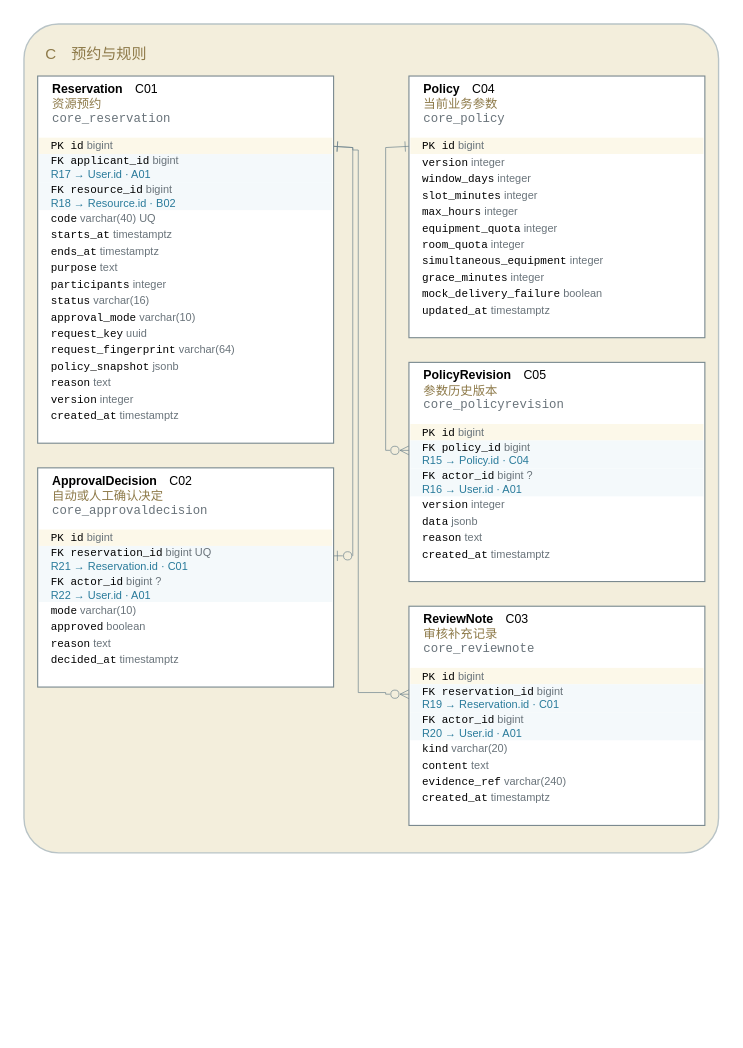
yvming67-gif/campus-lab-equipment-manager keeps this draw.io diagram as models/图形源文件/图D-4-预约与规则ERD.drawio. Above is the earlier version. Source tidied: cells renumbered, new cells numbered last; positions are measured from the earlier drawing's top-left corner, leaving out a move shared by most shapes. Both pictures are drawn from the tidied source at 137%, with x=0, y=0 at pixel (23, 23).
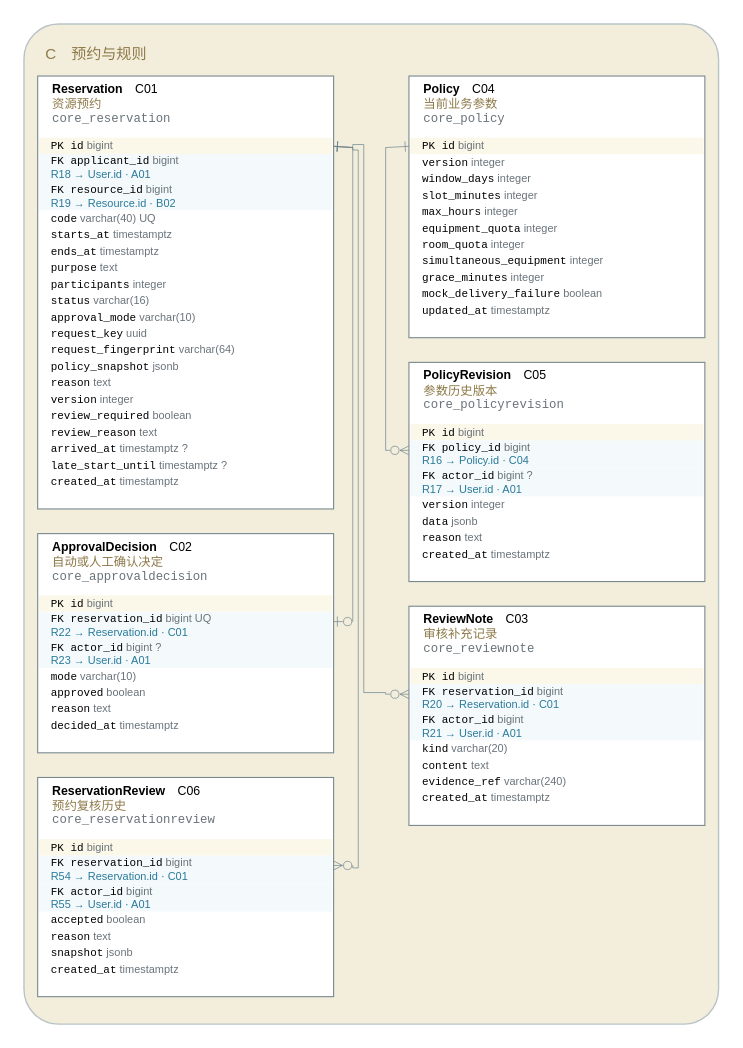
Above is the later version.

The change refers to these unchanged cells:
```xml
<mxCell id="8" value="&lt;font face='Consolas'&gt;PK id&lt;/font&gt; &lt;font color='#69737a'&gt;bigint&lt;/font&gt;" style="text;html=1;whiteSpace=wrap;fillColor=#fcf8e9;strokeColor=none;align=left;verticalAlign=middle;spacingLeft=7;fontSize=8;fontFamily=Microsoft YaHei;" parent="6" vertex="1">
  <mxGeometry x="1" y="45" width="214" height="12" as="geometry" />
</mxCell>
<mxCell id="46" style="rounded=0;fillColor=#ffffff;strokeColor=#78888e;strokeWidth=0.8;" parent="3" vertex="1">
  <mxGeometry x="281" y="247" width="216" height="160" as="geometry" />
</mxCell>
<mxCell id="55" style="rounded=0;fillColor=#ffffff;strokeColor=#78888e;strokeWidth=0.8;" parent="3" vertex="1">
  <mxGeometry x="281" y="425" width="216" height="160" as="geometry" />
</mxCell>
```

Change to the diagram source:
```diff
@@
     <mxCell id="5" value="C　预约与规则" style="rounded=1;arcSize=5;whiteSpace=wrap;html=1;fillColor=#f3eedc;strokeColor=#b8c3c6;align=left;verticalAlign=top;spacingTop=9;spacingLeft=14;fontFamily=Microsoft YaHei;fontSize=11;fontColor=#8d7948;dashed=0;" parent="1" vertex="1">
-      <mxGeometry width="507" height="605" as="geometry" />
+      <mxGeometry width="507" height="730" as="geometry" />
     </mxCell>
     <mxCell id="6" style="rounded=0;fillColor=#ffffff;strokeColor=#78888e;strokeWidth=0.8;" parent="3" vertex="1">
-      <mxGeometry x="10" y="38" width="216" height="268" as="geometry" />
+      <mxGeometry x="10" y="38" width="216" height="316" as="geometry" />
     </mxCell>
@@
-    <mxCell id="9" value="&lt;font face='Consolas'&gt;FK applicant_id&lt;/font&gt; &lt;font color='#69737a'&gt;bigint&lt;/font&gt;&lt;br/&gt;&lt;font color='#287a9a'&gt;R17 → User.id · A01&lt;/font&gt;" style="text;html=1;whiteSpace=wrap;fillColor=#f4f9fb;strokeColor=none;align=left;verticalAlign=middle;spacingLeft=7;fontSize=8;fontFamily=Microsoft YaHei;" parent="6" vertex="1">
+    <mxCell id="9" value="&lt;font face='Consolas'&gt;FK applicant_id&lt;/font&gt; &lt;font color='#69737a'&gt;bigint&lt;/font&gt;&lt;br/&gt;&lt;font color='#287a9a'&gt;R18 → User.id · A01&lt;/font&gt;" style="text;html=1;whiteSpace=wrap;fillColor=#f4f9fb;strokeColor=none;align=left;verticalAlign=middle;spacingLeft=7;fontSize=8;fontFamily=Microsoft YaHei;" parent="6" vertex="1">
       <mxGeometry x="1" y="57" width="214" height="20.5" as="geometry" />
     </mxCell>
-    <mxCell id="10" value="&lt;font face='Consolas'&gt;FK resource_id&lt;/font&gt; &lt;font color='#69737a'&gt;bigint&lt;/font&gt;&lt;br/&gt;&lt;font color='#287a9a'&gt;R18 → Resource.id · B02&lt;/font&gt;" style="text;html=1;whiteSpace=wrap;fillColor=#f4f9fb;strokeColor=none;align=left;verticalAlign=middle;spacingLeft=7;fontSize=8;fontFamily=Microsoft YaHei;" parent="6" vertex="1">
+    <mxCell id="10" value="&lt;font face='Consolas'&gt;FK resource_id&lt;/font&gt; &lt;font color='#69737a'&gt;bigint&lt;/font&gt;&lt;br/&gt;&lt;font color='#287a9a'&gt;R19 → Resource.id · B02&lt;/font&gt;" style="text;html=1;whiteSpace=wrap;fillColor=#f4f9fb;strokeColor=none;align=left;verticalAlign=middle;spacingLeft=7;fontSize=8;fontFamily=Microsoft YaHei;" parent="6" vertex="1">
       <mxGeometry x="1" y="77.5" width="214" height="20.5" as="geometry" />
     </mxCell>
@@
+    <mxCell id="67" value="&lt;font face='Consolas'&gt;review_required&lt;/font&gt; &lt;font color='#69737a'&gt;boolean&lt;/font&gt;" style="text;html=1;whiteSpace=wrap;fillColor=#ffffff;strokeColor=none;align=left;verticalAlign=middle;spacingLeft=7;fontSize=8;fontFamily=Microsoft YaHei;" parent="6" vertex="1">
+      <mxGeometry x="1" y="242" width="214" height="12" as="geometry" />
+    </mxCell>
+    <mxCell id="68" value="&lt;font face='Consolas'&gt;review_reason&lt;/font&gt; &lt;font color='#69737a'&gt;text&lt;/font&gt;" style="text;html=1;whiteSpace=wrap;fillColor=#ffffff;strokeColor=none;align=left;verticalAlign=middle;spacingLeft=7;fontSize=8;fontFamily=Microsoft YaHei;" parent="6" vertex="1">
+      <mxGeometry x="1" y="254" width="214" height="12" as="geometry" />
+    </mxCell>
+    <mxCell id="69" value="&lt;font face='Consolas'&gt;arrived_at&lt;/font&gt; &lt;font color='#69737a'&gt;timestamptz ?&lt;/font&gt;" style="text;html=1;whiteSpace=wrap;fillColor=#ffffff;strokeColor=none;align=left;verticalAlign=middle;spacingLeft=7;fontSize=8;fontFamily=Microsoft YaHei;" parent="6" vertex="1">
+      <mxGeometry x="1" y="266" width="214" height="12" as="geometry" />
+    </mxCell>
+    <mxCell id="70" value="&lt;font face='Consolas'&gt;late_start_until&lt;/font&gt; &lt;font color='#69737a'&gt;timestamptz ?&lt;/font&gt;" style="text;html=1;whiteSpace=wrap;fillColor=#ffffff;strokeColor=none;align=left;verticalAlign=middle;spacingLeft=7;fontSize=8;fontFamily=Microsoft YaHei;" parent="6" vertex="1">
+      <mxGeometry x="1" y="278" width="214" height="12" as="geometry" />
+    </mxCell>
     <mxCell id="23" value="&lt;font face='Consolas'&gt;created_at&lt;/font&gt; &lt;font color='#69737a'&gt;timestamptz&lt;/font&gt;" style="text;html=1;whiteSpace=wrap;fillColor=#ffffff;strokeColor=none;align=left;verticalAlign=middle;spacingLeft=7;fontSize=8;fontFamily=Microsoft YaHei;" parent="6" vertex="1">
-      <mxGeometry x="1" y="242" width="214" height="12" as="geometry" />
+      <mxGeometry x="1" y="290" width="214" height="12" as="geometry" />
     </mxCell>
     <mxCell id="24" style="rounded=0;fillColor=#ffffff;strokeColor=#78888e;strokeWidth=0.8;" parent="3" vertex="1">
-      <mxGeometry x="10" y="324" width="216" height="160" as="geometry" />
+      <mxGeometry x="10" y="372" width="216" height="160" as="geometry" />
     </mxCell>
@@
-    <mxCell id="27" value="&lt;font face='Consolas'&gt;FK reservation_id&lt;/font&gt; &lt;font color='#69737a'&gt;bigint UQ&lt;/font&gt;&lt;br/&gt;&lt;font color='#287a9a'&gt;R21 → Reservation.id · C01&lt;/font&gt;" style="text;html=1;whiteSpace=wrap;fillColor=#f4f9fb;strokeColor=none;align=left;verticalAlign=middle;spacingLeft=7;fontSize=8;fontFamily=Microsoft YaHei;" parent="24" vertex="1">
+    <mxCell id="27" value="&lt;font face='Consolas'&gt;FK reservation_id&lt;/font&gt; &lt;font color='#69737a'&gt;bigint UQ&lt;/font&gt;&lt;br/&gt;&lt;font color='#287a9a'&gt;R22 → Reservation.id · C01&lt;/font&gt;" style="text;html=1;whiteSpace=wrap;fillColor=#f4f9fb;strokeColor=none;align=left;verticalAlign=middle;spacingLeft=7;fontSize=8;fontFamily=Microsoft YaHei;" parent="24" vertex="1">
       <mxGeometry x="1" y="57" width="214" height="20.5" as="geometry" />
     </mxCell>
-    <mxCell id="28" value="&lt;font face='Consolas'&gt;FK actor_id&lt;/font&gt; &lt;font color='#69737a'&gt;bigint ?&lt;/font&gt;&lt;br/&gt;&lt;font color='#287a9a'&gt;R22 → User.id · A01&lt;/font&gt;" style="text;html=1;whiteSpace=wrap;fillColor=#f4f9fb;strokeColor=none;align=left;verticalAlign=middle;spacingLeft=7;fontSize=8;fontFamily=Microsoft YaHei;" parent="24" vertex="1">
+    <mxCell id="28" value="&lt;font face='Consolas'&gt;FK actor_id&lt;/font&gt; &lt;font color='#69737a'&gt;bigint ?&lt;/font&gt;&lt;br/&gt;&lt;font color='#287a9a'&gt;R23 → User.id · A01&lt;/font&gt;" style="text;html=1;whiteSpace=wrap;fillColor=#f4f9fb;strokeColor=none;align=left;verticalAlign=middle;spacingLeft=7;fontSize=8;fontFamily=Microsoft YaHei;" parent="24" vertex="1">
       <mxGeometry x="1" y="77.5" width="214" height="20.5" as="geometry" />
     </mxCell>
@@
+    <mxCell id="71" style="rounded=0;fillColor=#ffffff;strokeColor=#78888e;strokeWidth=0.8;" parent="3" vertex="1">
+      <mxGeometry x="10" y="550" width="216" height="160" as="geometry" />
+    </mxCell>
+    <mxCell id="72" value="&lt;b&gt;ReservationReview&lt;/b&gt;　C06&lt;br/&gt;&lt;font color='#8d7948'&gt;预约复核历史&lt;/font&gt;&lt;br/&gt;&lt;font color='#69737a' face='Consolas'&gt;core_reservationreview&lt;/font&gt;" style="text;html=1;whiteSpace=wrap;fillColor=none;strokeColor=none;align=left;verticalAlign=middle;spacingLeft=9;fontSize=9;fontFamily=Microsoft YaHei;" parent="71" vertex="1">
+      <mxGeometry width="216" height="41" as="geometry" />
+    </mxCell>
+    <mxCell id="73" value="&lt;font face='Consolas'&gt;PK id&lt;/font&gt; &lt;font color='#69737a'&gt;bigint&lt;/font&gt;" style="text;html=1;whiteSpace=wrap;fillColor=#fcf8e9;strokeColor=none;align=left;verticalAlign=middle;spacingLeft=7;fontSize=8;fontFamily=Microsoft YaHei;" parent="71" vertex="1">
+      <mxGeometry x="1" y="45" width="214" height="12" as="geometry" />
+    </mxCell>
+    <mxCell id="74" value="&lt;font face='Consolas'&gt;FK reservation_id&lt;/font&gt; &lt;font color='#69737a'&gt;bigint&lt;/font&gt;&lt;br/&gt;&lt;font color='#287a9a'&gt;R54 → Reservation.id · C01&lt;/font&gt;" style="text;html=1;whiteSpace=wrap;fillColor=#f4f9fb;strokeColor=none;align=left;verticalAlign=middle;spacingLeft=7;fontSize=8;fontFamily=Microsoft YaHei;" parent="71" vertex="1">
+      <mxGeometry x="1" y="57" width="214" height="20.5" as="geometry" />
+    </mxCell>
+    <mxCell id="75" value="&lt;font face='Consolas'&gt;FK actor_id&lt;/font&gt; &lt;font color='#69737a'&gt;bigint&lt;/font&gt;&lt;br/&gt;&lt;font color='#287a9a'&gt;R55 → User.id · A01&lt;/font&gt;" style="text;html=1;whiteSpace=wrap;fillColor=#f4f9fb;strokeColor=none;align=left;verticalAlign=middle;spacingLeft=7;fontSize=8;fontFamily=Microsoft YaHei;" parent="71" vertex="1">
+      <mxGeometry x="1" y="77.5" width="214" height="20.5" as="geometry" />
+    </mxCell>
+    <mxCell id="76" value="&lt;font face='Consolas'&gt;accepted&lt;/font&gt; &lt;font color='#69737a'&gt;boolean&lt;/font&gt;" style="text;html=1;whiteSpace=wrap;fillColor=#ffffff;strokeColor=none;align=left;verticalAlign=middle;spacingLeft=7;fontSize=8;fontFamily=Microsoft YaHei;" parent="71" vertex="1">
+      <mxGeometry x="1" y="98" width="214" height="12" as="geometry" />
+    </mxCell>
+    <mxCell id="77" value="&lt;font face='Consolas'&gt;reason&lt;/font&gt; &lt;font color='#69737a'&gt;text&lt;/font&gt;" style="text;html=1;whiteSpace=wrap;fillColor=#ffffff;strokeColor=none;align=left;verticalAlign=middle;spacingLeft=7;fontSize=8;fontFamily=Microsoft YaHei;" parent="71" vertex="1">
+      <mxGeometry x="1" y="110" width="214" height="12" as="geometry" />
+    </mxCell>
+    <mxCell id="78" value="&lt;font face='Consolas'&gt;snapshot&lt;/font&gt; &lt;font color='#69737a'&gt;jsonb&lt;/font&gt;" style="text;html=1;whiteSpace=wrap;fillColor=#ffffff;strokeColor=none;align=left;verticalAlign=middle;spacingLeft=7;fontSize=8;fontFamily=Microsoft YaHei;" parent="71" vertex="1">
+      <mxGeometry x="1" y="122" width="214" height="12" as="geometry" />
+    </mxCell>
+    <mxCell id="79" value="&lt;font face='Consolas'&gt;created_at&lt;/font&gt; &lt;font color='#69737a'&gt;timestamptz&lt;/font&gt;" style="text;html=1;whiteSpace=wrap;fillColor=#ffffff;strokeColor=none;align=left;verticalAlign=middle;spacingLeft=7;fontSize=8;fontFamily=Microsoft YaHei;" parent="71" vertex="1">
+      <mxGeometry x="1" y="134" width="214" height="12" as="geometry" />
+    </mxCell>
@@
-    <mxCell id="49" value="&lt;font face='Consolas'&gt;FK policy_id&lt;/font&gt; &lt;font color='#69737a'&gt;bigint&lt;/font&gt;&lt;br/&gt;&lt;font color='#287a9a'&gt;R15 → Policy.id · C04&lt;/font&gt;" style="text;html=1;whiteSpace=wrap;fillColor=#f4f9fb;strokeColor=none;align=left;verticalAlign=middle;spacingLeft=7;fontSize=8;fontFamily=Microsoft YaHei;" parent="46" vertex="1">
+    <mxCell id="49" value="&lt;font face='Consolas'&gt;FK policy_id&lt;/font&gt; &lt;font color='#69737a'&gt;bigint&lt;/font&gt;&lt;br/&gt;&lt;font color='#287a9a'&gt;R16 → Policy.id · C04&lt;/font&gt;" style="text;html=1;whiteSpace=wrap;fillColor=#f4f9fb;strokeColor=none;align=left;verticalAlign=middle;spacingLeft=7;fontSize=8;fontFamily=Microsoft YaHei;" parent="46" vertex="1">
       <mxGeometry x="1" y="57" width="214" height="20.5" as="geometry" />
     </mxCell>
-    <mxCell id="50" value="&lt;font face='Consolas'&gt;FK actor_id&lt;/font&gt; &lt;font color='#69737a'&gt;bigint ?&lt;/font&gt;&lt;br/&gt;&lt;font color='#287a9a'&gt;R16 → User.id · A01&lt;/font&gt;" style="text;html=1;whiteSpace=wrap;fillColor=#f4f9fb;strokeColor=none;align=left;verticalAlign=middle;spacingLeft=7;fontSize=8;fontFamily=Microsoft YaHei;" parent="46" vertex="1">
+    <mxCell id="50" value="&lt;font face='Consolas'&gt;FK actor_id&lt;/font&gt; &lt;font color='#69737a'&gt;bigint ?&lt;/font&gt;&lt;br/&gt;&lt;font color='#287a9a'&gt;R17 → User.id · A01&lt;/font&gt;" style="text;html=1;whiteSpace=wrap;fillColor=#f4f9fb;strokeColor=none;align=left;verticalAlign=middle;spacingLeft=7;fontSize=8;fontFamily=Microsoft YaHei;" parent="46" vertex="1">
       <mxGeometry x="1" y="77.5" width="214" height="20.5" as="geometry" />
     </mxCell>
@@
-    <mxCell id="58" value="&lt;font face='Consolas'&gt;FK reservation_id&lt;/font&gt; &lt;font color='#69737a'&gt;bigint&lt;/font&gt;&lt;br/&gt;&lt;font color='#287a9a'&gt;R19 → Reservation.id · C01&lt;/font&gt;" style="text;html=1;whiteSpace=wrap;fillColor=#f4f9fb;strokeColor=none;align=left;verticalAlign=middle;spacingLeft=7;fontSize=8;fontFamily=Microsoft YaHei;" parent="55" vertex="1">
+    <mxCell id="58" value="&lt;font face='Consolas'&gt;FK reservation_id&lt;/font&gt; &lt;font color='#69737a'&gt;bigint&lt;/font&gt;&lt;br/&gt;&lt;font color='#287a9a'&gt;R20 → Reservation.id · C01&lt;/font&gt;" style="text;html=1;whiteSpace=wrap;fillColor=#f4f9fb;strokeColor=none;align=left;verticalAlign=middle;spacingLeft=7;fontSize=8;fontFamily=Microsoft YaHei;" parent="55" vertex="1">
       <mxGeometry x="1" y="57" width="214" height="20.5" as="geometry" />
     </mxCell>
-    <mxCell id="59" value="&lt;font face='Consolas'&gt;FK actor_id&lt;/font&gt; &lt;font color='#69737a'&gt;bigint&lt;/font&gt;&lt;br/&gt;&lt;font color='#287a9a'&gt;R20 → User.id · A01&lt;/font&gt;" style="text;html=1;whiteSpace=wrap;fillColor=#f4f9fb;strokeColor=none;align=left;verticalAlign=middle;spacingLeft=7;fontSize=8;fontFamily=Microsoft YaHei;" parent="55" vertex="1">
+    <mxCell id="59" value="&lt;font face='Consolas'&gt;FK actor_id&lt;/font&gt; &lt;font color='#69737a'&gt;bigint&lt;/font&gt;&lt;br/&gt;&lt;font color='#287a9a'&gt;R21 → User.id · A01&lt;/font&gt;" style="text;html=1;whiteSpace=wrap;fillColor=#f4f9fb;strokeColor=none;align=left;verticalAlign=middle;spacingLeft=7;fontSize=8;fontFamily=Microsoft YaHei;" parent="55" vertex="1">
       <mxGeometry x="1" y="77.5" width="214" height="20.5" as="geometry" />
     </mxCell>
@@
     <mxCell id="65" style="edgeStyle=orthogonalEdgeStyle;rounded=0;html=1;strokeWidth=0.5;strokeColor=#6b818c;startArrow=ERzeroToOne;endArrow=ERone;startFill=0;endFill=0;exitX=1;exitY=0.3531707317073171;exitDx=0;exitDy=0;entryX=1;entryY=0.52;entryDx=0;entryDy=0;dashed=0;" parent="2" edge="1" source="27" target="8">
       <mxGeometry relative="1" as="geometry">
         <Array as="points">
-          <mxPoint x="240" y="388.2" />
+          <mxPoint x="240" y="436.2" />
           <mxPoint x="240" y="90.2" />
         </Array>
       </mxGeometry>
     </mxCell>
+    <mxCell id="80" style="edgeStyle=orthogonalEdgeStyle;rounded=0;html=1;strokeWidth=0.5;strokeColor=#6b818c;startArrow=ERzeroToMany;endArrow=ERone;startFill=0;endFill=0;exitX=1;exitY=0.3531707317073171;exitDx=0;exitDy=0;entryX=1;entryY=0.52;entryDx=0;entryDy=0;dashed=0;" parent="2" edge="1" source="74" target="8">
+      <mxGeometry relative="1" as="geometry">
+        <Array as="points">
+          <mxPoint x="240" y="614.2" />
+          <mxPoint x="240" y="616" />
+          <mxPoint x="244" y="616" />
+          <mxPoint x="244" y="92" />
+          <mxPoint x="240" y="92" />
+          <mxPoint x="240" y="90.2" />
+        </Array>
+      </mxGeometry>
+    </mxCell>
     <mxCell id="66" style="edgeStyle=orthogonalEdgeStyle;rounded=0;html=1;strokeWidth=0.5;strokeColor=#6b818c;startArrow=ERzeroToMany;endArrow=ERone;startFill=0;endFill=0;exitX=0;exitY=0.3531707317073171;exitDx=0;exitDy=0;entryX=1;entryY=0.52;entryDx=0;entryDy=0;dashed=0;" parent="2" edge="1" source="58" target="8">
       <mxGeometry relative="1" as="geometry">
         <Array as="points">
           <mxPoint x="264" y="489.2" />
           <mxPoint x="264" y="488" />
-          <mxPoint x="244" y="488" />
-          <mxPoint x="244" y="92" />
-          <mxPoint x="240" y="92" />
+          <mxPoint x="248" y="488" />
+          <mxPoint x="248" y="88" />
+          <mxPoint x="240" y="88" />
           <mxPoint x="240" y="90.2" />
         </Array>
       </mxGeometry>
     </mxCell>
```
